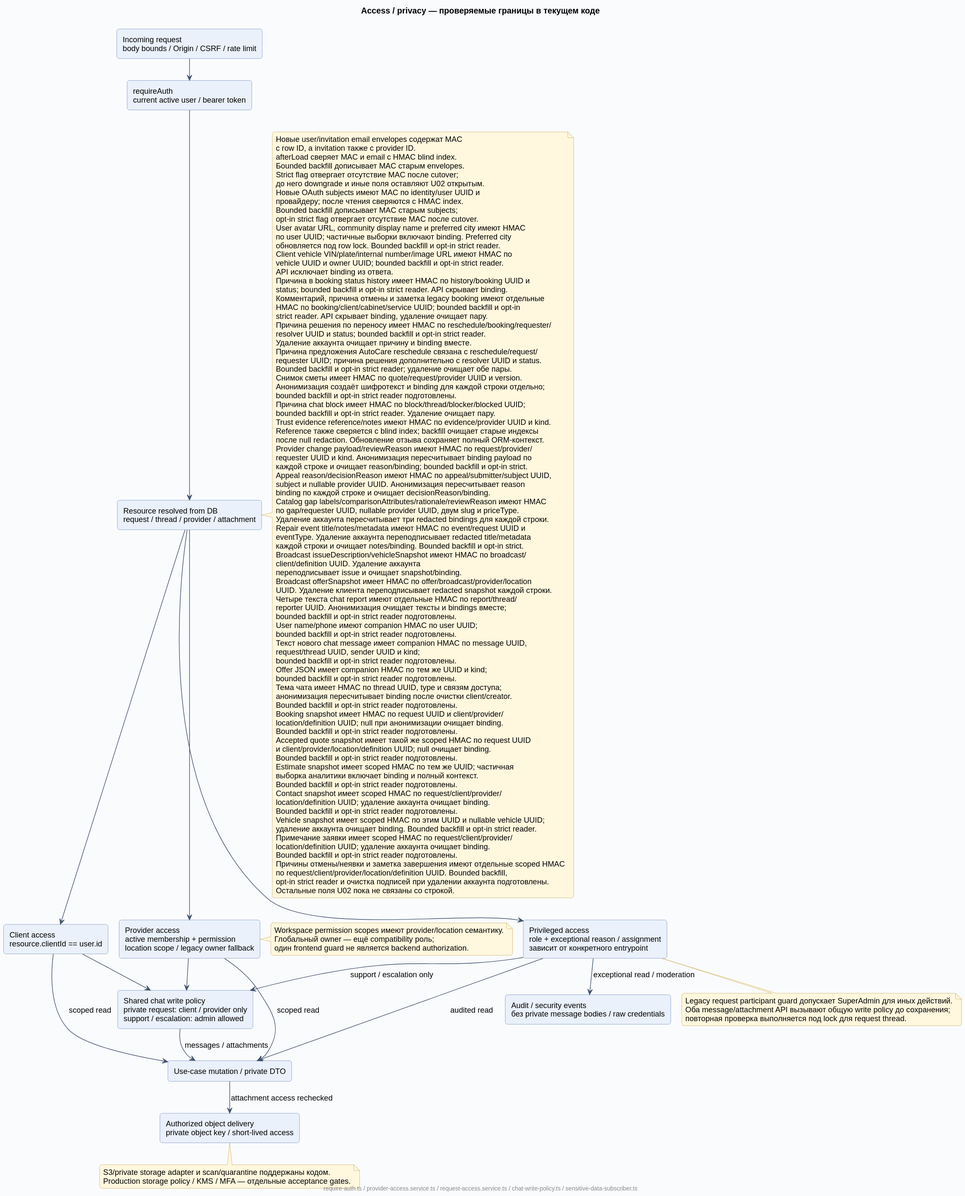
Before: docs/diagrams/rendered/09-access-privacy.svg, a diagram exported from PlantUML (Dima163163/auto-care-hub).
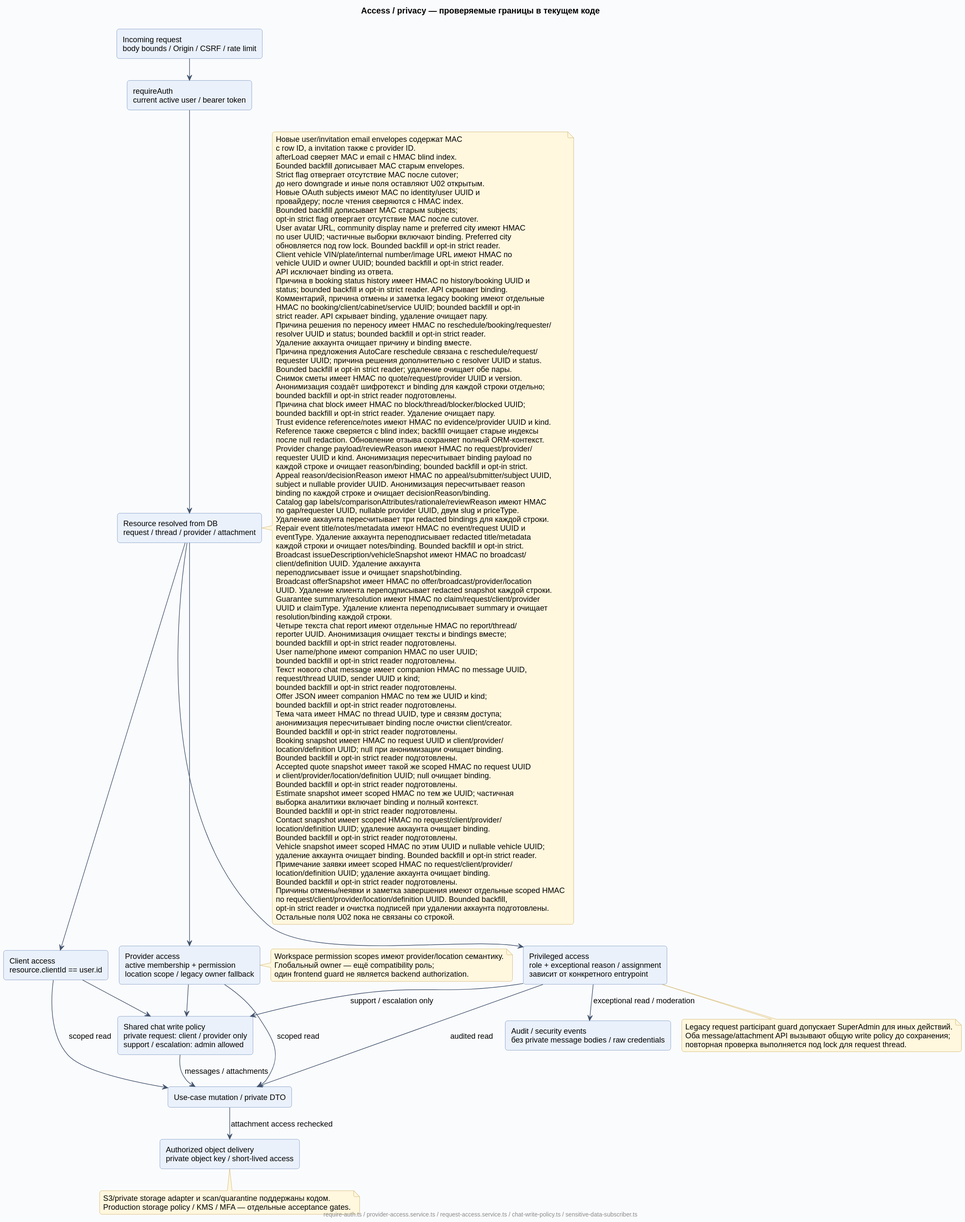
After the commit.

The edit, as a diff of the source:
```diff
@@ -84,6 +84,9 @@
   переподписывает issue и очищает snapshot/binding.
   Broadcast offerSnapshot имеет HMAC по offer/broadcast/provider/location
   UUID. Удаление клиента переподписывает redacted snapshot каждой строки.
+  Guarantee summary/resolution имеют HMAC по claim/request/client/provider
+  UUID и claimType. Удаление клиента переподписывает summary и очищает
+  resolution/binding каждой строки.
   Четыре текста chat report имеют отдельные HMAC по report/thread/
   reporter UUID. Анонимизация очищает тексты и bindings вместе;
   bounded backfill и opt-in strict reader подготовлены.
```
